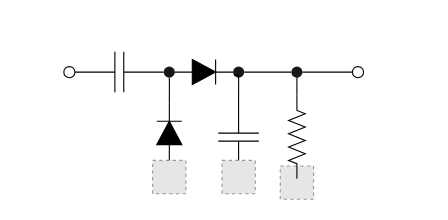
Above: baidenatu.drawio in mt-perform/schematics (draw.io), before the change. Source tidied: cells renumbered, new cells numbered last; positions are measured from the earlier drawing's top-left corner, leaving out a move shared by most shapes. Both pictures are drawn from the tidied source at 111%, with x=0, y=0 at pixel (63, 51). Pictures stored in the file or linked from it are replaced by grey dashed boxes.
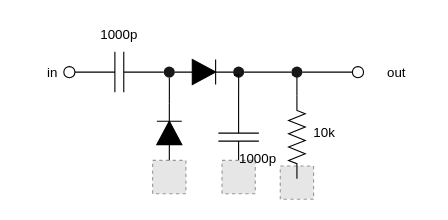
After the change.

Commit message (it also covers changes not shown here):
baidenatu.drawio を更新します

What changed in the source:
```diff
@@
+    <mxCell id="20" value="in" style="text;html=1;strokeColor=none;fillColor=none;align=center;verticalAlign=middle;whiteSpace=wrap;rounded=0;" parent="1" vertex="1">
+      <mxGeometry x="-40" y="3.5" width="60" height="30" as="geometry" />
+    </mxCell>
+    <mxCell id="21" value="&lt;div&gt;out&lt;br&gt;&lt;/div&gt;&lt;div&gt;&lt;/div&gt;" style="text;html=1;strokeColor=none;fillColor=none;align=center;verticalAlign=middle;whiteSpace=wrap;rounded=0;" parent="1" vertex="1">
+      <mxGeometry x="270" y="3.5" width="60" height="30" as="geometry" />
+    </mxCell>
+    <mxCell id="22" value="10k" style="text;html=1;strokeColor=none;fillColor=none;align=center;verticalAlign=middle;whiteSpace=wrap;rounded=0;" parent="1" vertex="1">
+      <mxGeometry x="205" y="58.2" width="60" height="30" as="geometry" />
+    </mxCell>
+    <mxCell id="23" value="1000p" style="text;html=1;strokeColor=none;fillColor=none;align=center;verticalAlign=middle;whiteSpace=wrap;rounded=0;" parent="1" vertex="1">
+      <mxGeometry x="20" y="-29.8" width="60" height="30" as="geometry" />
+    </mxCell>
+    <mxCell id="24" value="1000p" style="text;html=1;strokeColor=none;fillColor=none;align=center;verticalAlign=middle;whiteSpace=wrap;rounded=0;" parent="1" vertex="1">
+      <mxGeometry x="145" y="82" width="60" height="30" as="geometry" />
+    </mxCell>
```
